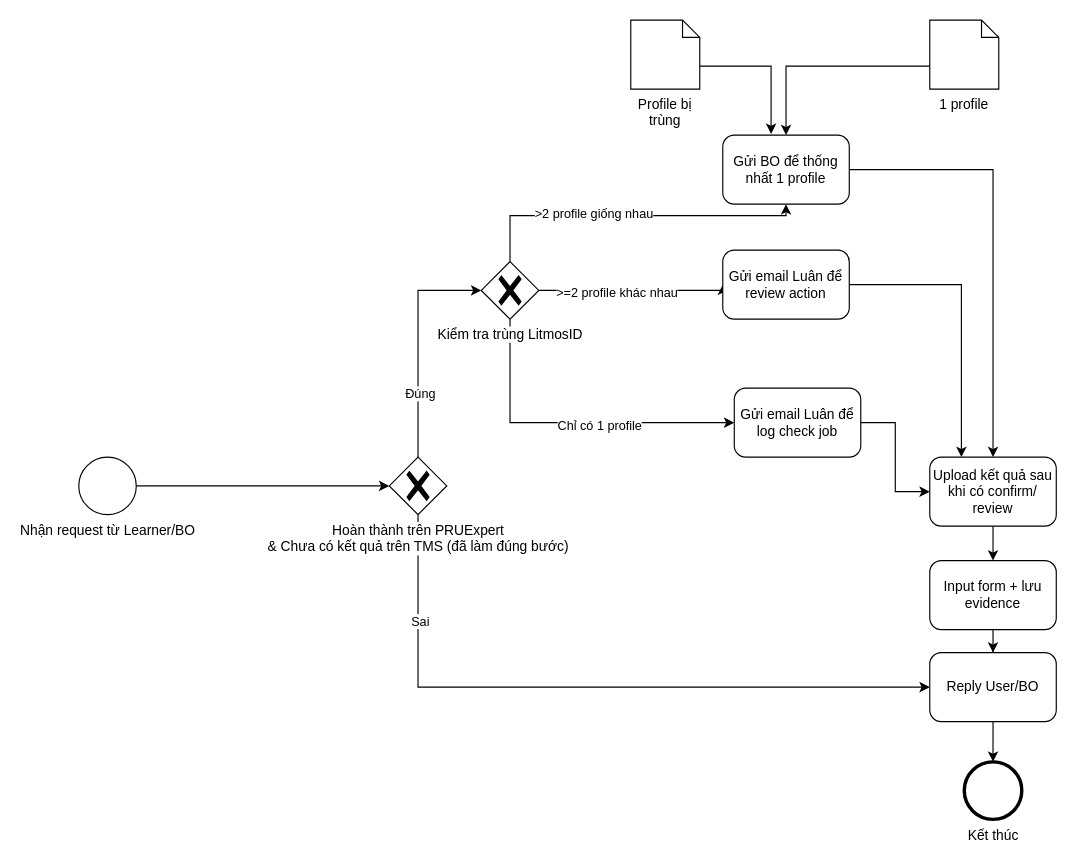
The draw.io diagram Convert Score.drawio in thanhluandhsp/litmos, before the edit. Source tidied: cells renumbered, new cells numbered last; positions are measured from the earlier drawing's top-left corner, leaving out a move shared by most shapes. Both pictures are drawn from the tidied source at 115%, with x=0, y=0 at pixel (78, 20).
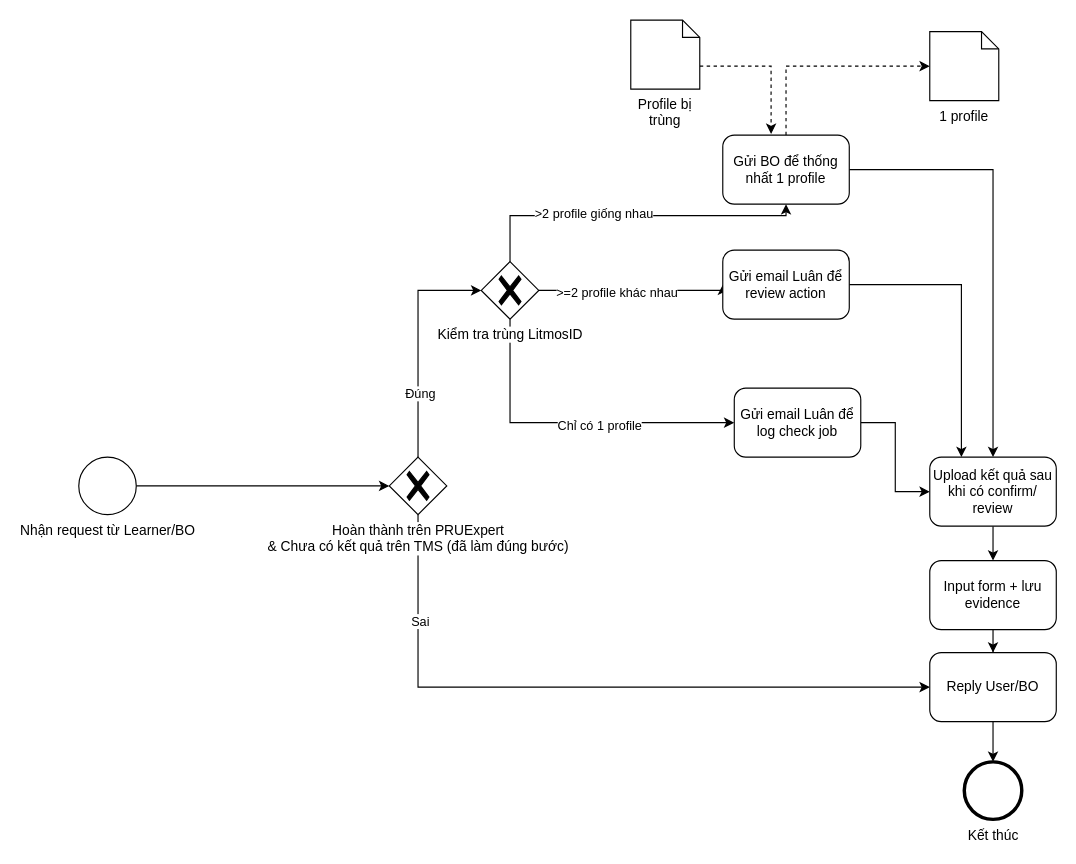
The same page after the edit.

The change refers to these unchanged cells:
```xml
<mxCell id="17" value="Gửi BO để thống nhất 1 profile" style="points=[[0.25,0,0],[0.5,0,0],[0.75,0,0],[1,0.25,0],[1,0.5,0],[1,0.75,0],[0.75,1,0],[0.5,1,0],[0.25,1,0],[0,0.75,0],[0,0.5,0],[0,0.25,0]];shape=mxgraph.bpmn.task;whiteSpace=wrap;rectStyle=rounded;size=10;taskMarker=abstract;" parent="1" vertex="1">
  <mxGeometry x="560" y="100" width="110" height="60" as="geometry" />
</mxCell>
<mxCell id="19" value="Profile bị trùng" style="shape=mxgraph.bpmn.data;labelPosition=center;verticalLabelPosition=bottom;align=center;verticalAlign=top;whiteSpace=wrap;size=15;html=1;" parent="1" vertex="1">
  <mxGeometry x="480" width="60" height="60" as="geometry" />
</mxCell>
```

What changed in the source:
```diff
@@
+    <mxCell id="33" style="edgeStyle=orthogonalEdgeStyle;rounded=0;jettySize=auto;html=1;exitX=0.5;exitY=0;exitDx=0;exitDy=0;exitPerimeter=0;entryX=0;entryY=0.5;entryDx=0;entryDy=0;entryPerimeter=0;dashed=1;" parent="1" edge="1" source="17" target="21">
+      <mxGeometry relative="1" as="geometry">
+        <Array as="points">
+          <mxPoint x="615" y="40" />
+          <mxPoint x="740" y="40" />
+        </Array>
+      </mxGeometry>
+    </mxCell>
@@
-    <mxCell id="18" style="edgeStyle=orthogonalEdgeStyle;rounded=0;jettySize=auto;html=1;entryX=0.382;entryY=-0.017;entryDx=0;entryDy=0;entryPerimeter=0;" parent="1" edge="1" source="19" target="17">
+    <mxCell id="18" style="edgeStyle=orthogonalEdgeStyle;rounded=0;jettySize=auto;html=1;entryX=0.382;entryY=-0.017;entryDx=0;entryDy=0;entryPerimeter=0;dashed=1;" parent="1" edge="1" source="19" target="17">
       <mxGeometry relative="1" as="geometry">
         <Array as="points">
           <mxPoint x="602" y="40" />
         </Array>
       </mxGeometry>
     </mxCell>
@@
-    <mxCell id="20" style="edgeStyle=orthogonalEdgeStyle;rounded=0;jettySize=auto;html=1;" parent="1" edge="1" source="21" target="17">
-      <mxGeometry relative="1" as="geometry">
-        <Array as="points">
-          <mxPoint x="615" y="40" />
-        </Array>
-      </mxGeometry>
-    </mxCell>
     <mxCell id="21" value="1 profile" style="shape=mxgraph.bpmn.data;labelPosition=center;verticalLabelPosition=bottom;align=center;verticalAlign=top;whiteSpace=wrap;size=15;html=1;" parent="1" vertex="1">
-      <mxGeometry x="740" width="60" height="60" as="geometry" />
+      <mxGeometry x="740" y="10" width="60" height="60" as="geometry" />
     </mxCell>
```
